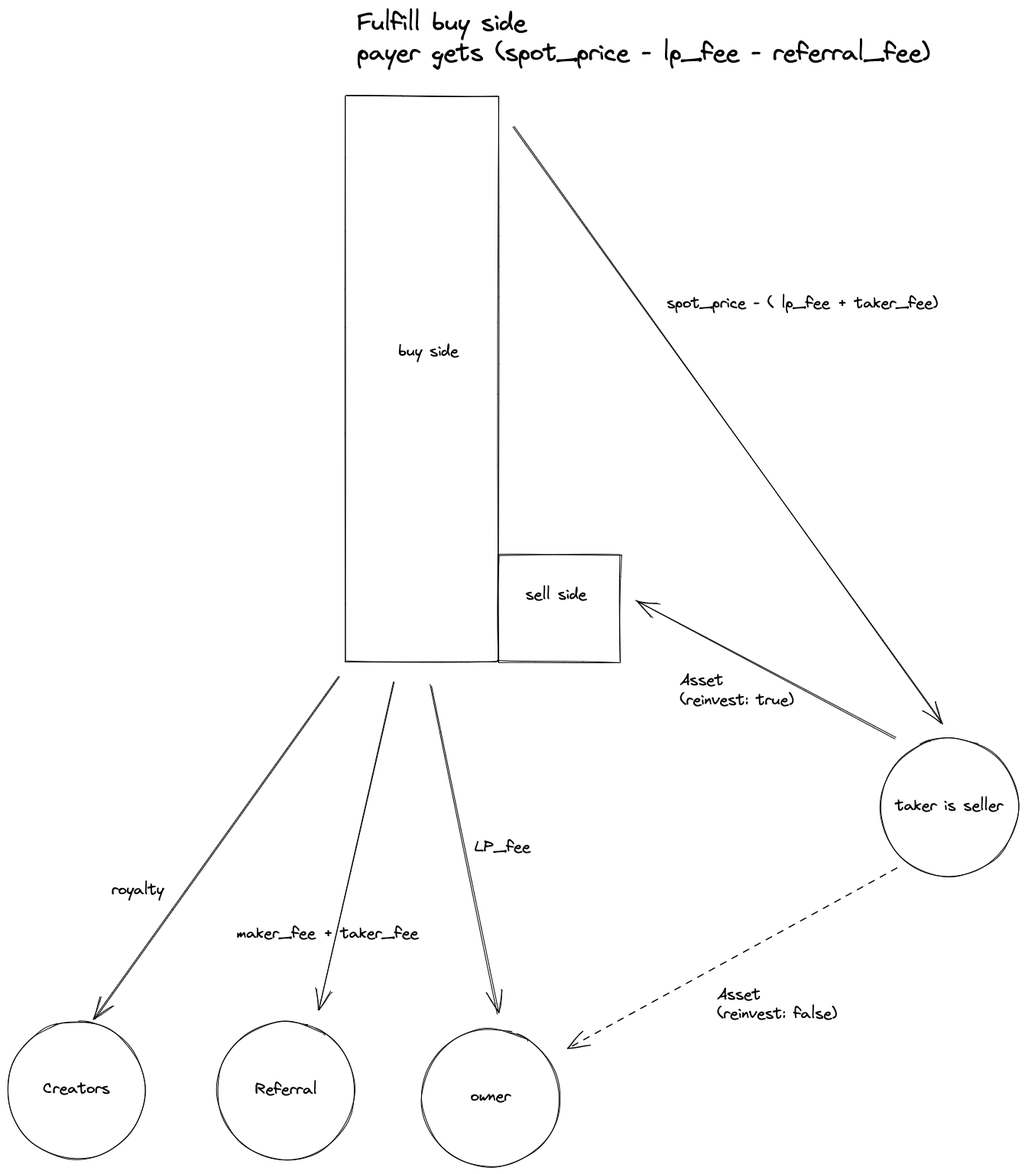
Earlier version of the Excalidraw export docs/fulfill_buy.excalidraw.png (me-foundation/mmm). Source tidied: one line per element, renumbered; positions are measured from the earlier drawing's top-left corner, leaving out a move shared by most shapes.
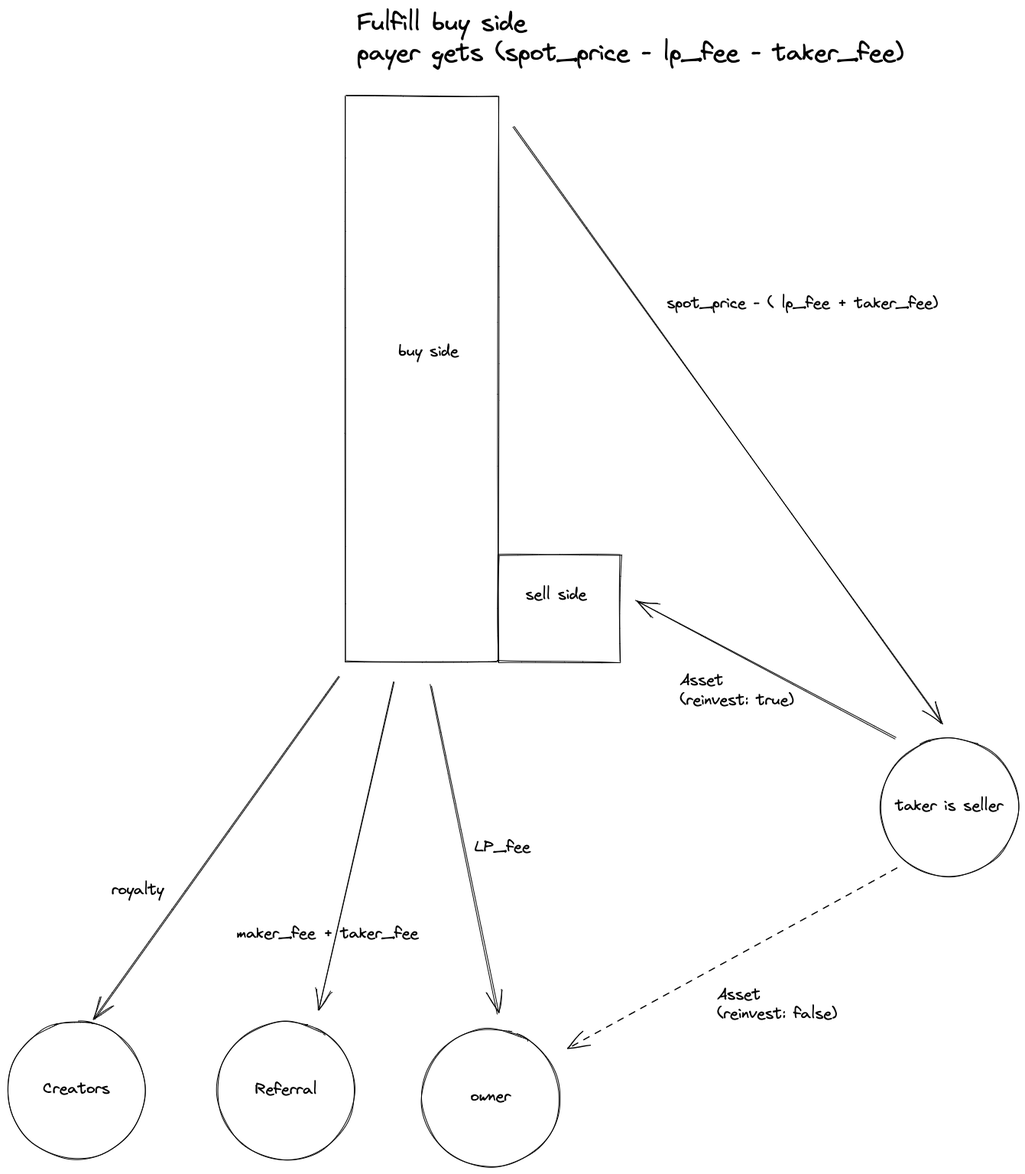
After the commit.

Change to the diagram source:
```diff
@@ -18,7 +18,7 @@
 {"id": 17, "type": "text", "text": "maker_fee + taker_fee", "strokeColor": "#000000", "strokeWidth": 1, "roughness": 1, "fontSize": 20, "fontFamily": 1, "x": 300, "y": 1198, "width": 240, "height": 25}
 {"id": 18, "type": "arrow", "strokeColor": "#000000", "strokeWidth": 1, "strokeStyle": "dashed", "roughness": 1, "endArrowhead": "arrow", "from": 6, "to": 4, "x": 1162, "y": 1124, "width": 431, "height": 239, "points": [[0, 0], [-431, 239]]}
 {"id": 19, "type": "text", "text": "Asset\n(reinvest: false)", "strokeColor": "#000000", "strokeWidth": 1, "roughness": 1, "fontSize": 20, "fontFamily": 1, "x": 928, "y": 1278, "width": 158, "height": 51}
-{"id": 20, "type": "text", "text": "Fulfill buy side\npayer gets (spot_price - lp_fee - referral_fee)", "strokeColor": "#000000", "strokeWidth": 1, "strokeStyle": "dashed", "roughness": 1, "fontSize": 31.4, "fontFamily": 1, "x": 457, "y": 0, "width": 751, "height": 79}
+{"id": 20, "type": "text", "text": "Fulfill buy side\npayer gets (spot_price - lp_fee - taker_fee)", "strokeColor": "#000000", "strokeWidth": 1, "strokeStyle": "dashed", "roughness": 1, "fontSize": 31.4, "fontFamily": 1, "x": 457, "y": 0, "width": 717, "height": 79}
 {"id": 21, "type": "ellipse", "strokeColor": "#000000", "strokeWidth": 1, "roughness": 1, "x": 0, "y": 1325, "width": 180, "height": 180}
 {"id": 22, "type": "text", "text": "Creators", "strokeColor": "#000000", "strokeWidth": 1, "roughness": 1, "fontSize": 20, "fontFamily": 1, "textAlign": "center", "verticalAlign": "middle", "inside": 21, "x": 5, "y": 1403, "width": 170, "height": 25}
 {"id": 23, "type": "arrow", "strokeColor": "#000000", "strokeWidth": 1, "roughness": 1, "endArrowhead": "arrow", "from": 0, "to": 21, "x": 434, "y": 874, "width": 320, "height": 448, "points": [[0, 0], [-320, 448]]}
```
